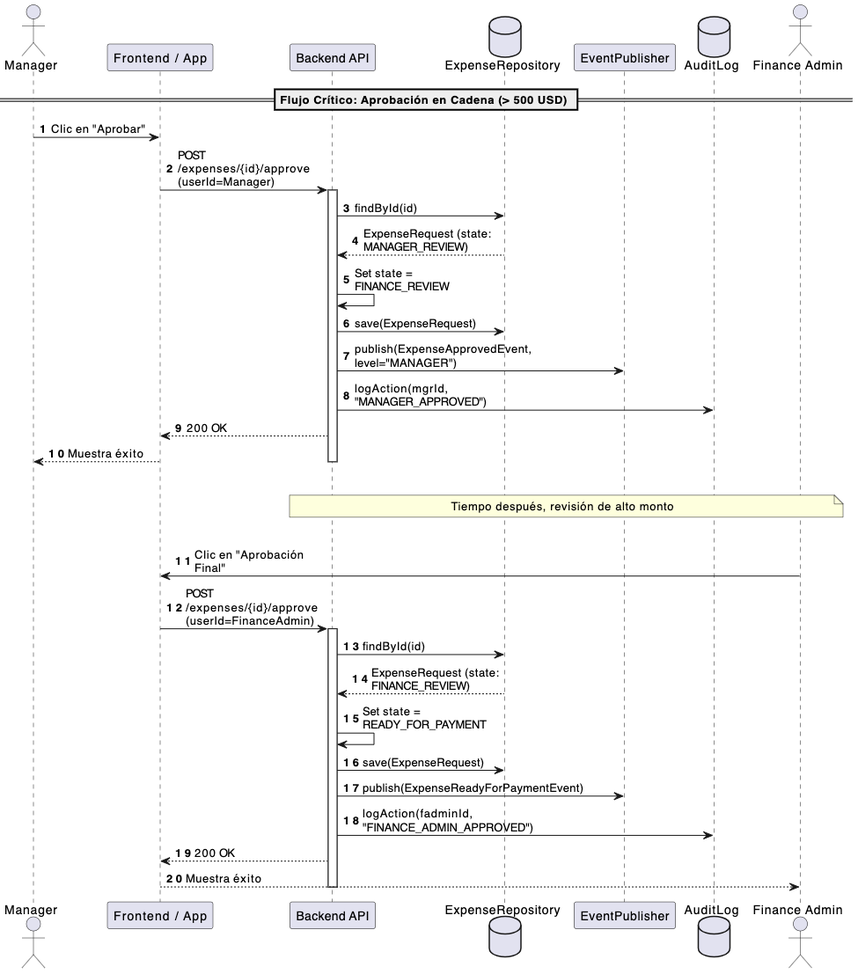
The PlantUML diagram docs/uml/sequence_approval.png in Paula-C3/ExpenseFlow-Proyecto, before a commit. Its source is kept beside it as docs/uml/sequence_approval.puml. The source it was exported from:
```plantuml
@startuml
skinparam maxMessageSize 150
autonumber

actor "Manager" as mgr
participant "Frontend / App" as app
participant "Backend API" as api
database "ExpenseRepository" as repo
participant "EventPublisher" as pub
database "AuditLog" as audit
actor "Finance Admin" as fadmin

== Flujo Crítico: Aprobación en Cadena (> 500 USD) ==

mgr -> app: Clic en "Aprobar"
app -> api: POST /expenses/{id}/approve (userId=Manager)
activate api

api -> repo: findById(id)
repo --> api: ExpenseRequest (state: MANAGER_REVIEW)

api -> api: Set state = FINANCE_REVIEW
api -> repo: save(ExpenseRequest)
api -> pub: publish(ExpenseApprovedEvent, level="MANAGER")
api -> audit: logAction(mgrId, "MANAGER_APPROVED")

api --> app: 200 OK
app --> mgr: Muestra éxito
deactivate api

|||
note over fadmin, api: Tiempo después, revisión de alto monto
|||

fadmin -> app: Clic en "Aprobación Final"
app -> api: POST /expenses/{id}/approve (userId=FinanceAdmin)
activate api

api -> repo: findById(id)
repo --> api: ExpenseRequest (state: FINANCE_REVIEW)

api -> api: Set state = READY_FOR_PAYMENT
api -> repo: save(ExpenseRequest)
api -> pub: publish(ExpenseReadyForPaymentEvent)
api -> audit: logAction(fadminId, "FINANCE_ADMIN_APPROVED")

api --> app: 200 OK
app --> fadmin: Muestra éxito
deactivate api

@enduml
```
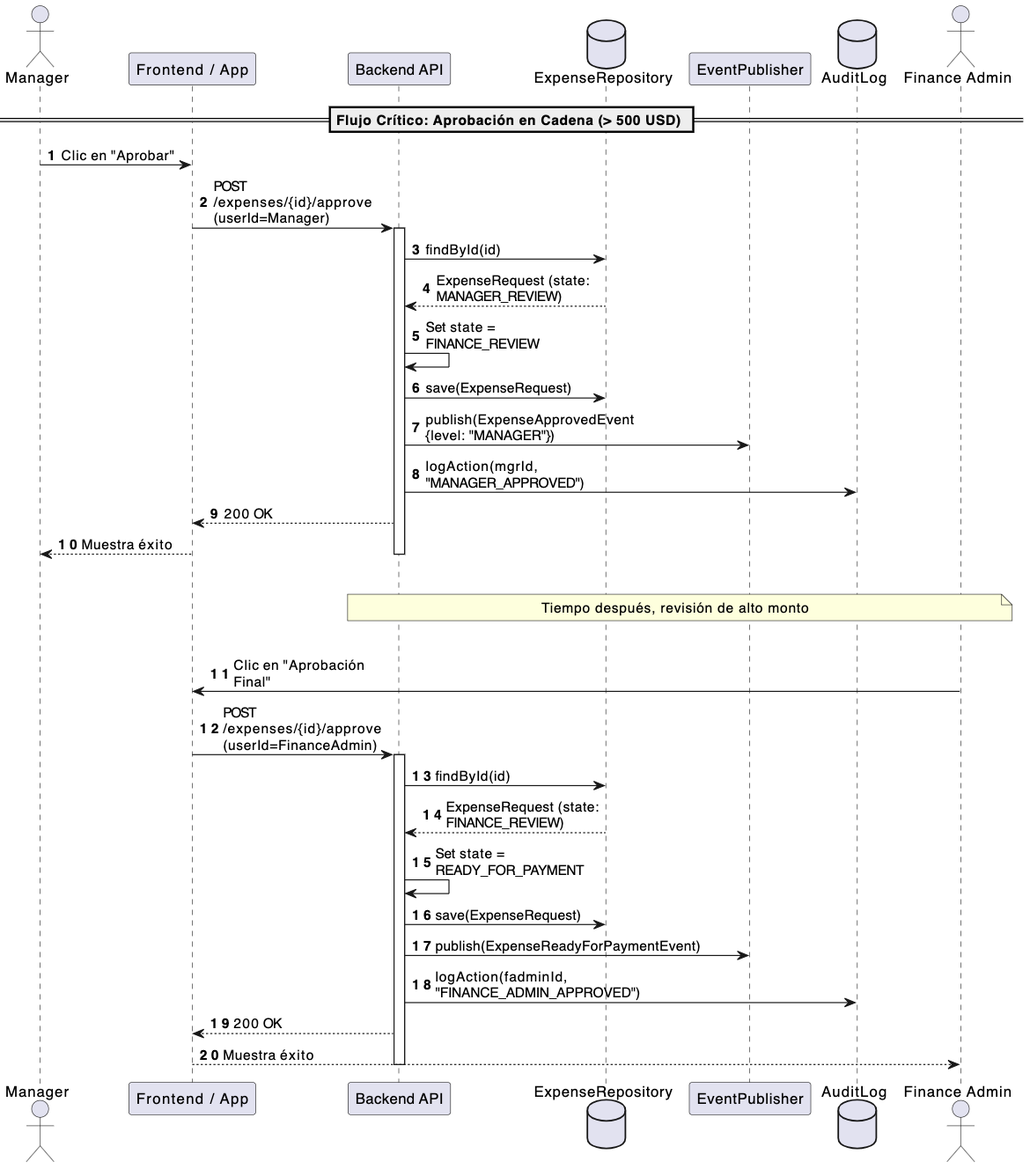
Above is the later version.

What changed in the source:
```diff
@@ -21,7 +21,7 @@
 
 api -> api: Set state = FINANCE_REVIEW
 api -> repo: save(ExpenseRequest)
-api -> pub: publish(ExpenseApprovedEvent, level="MANAGER")
+api -> pub: publish(ExpenseApprovedEvent {level: "MANAGER"})
 api -> audit: logAction(mgrId, "MANAGER_APPROVED")
 
 api --> app: 200 OK
```
